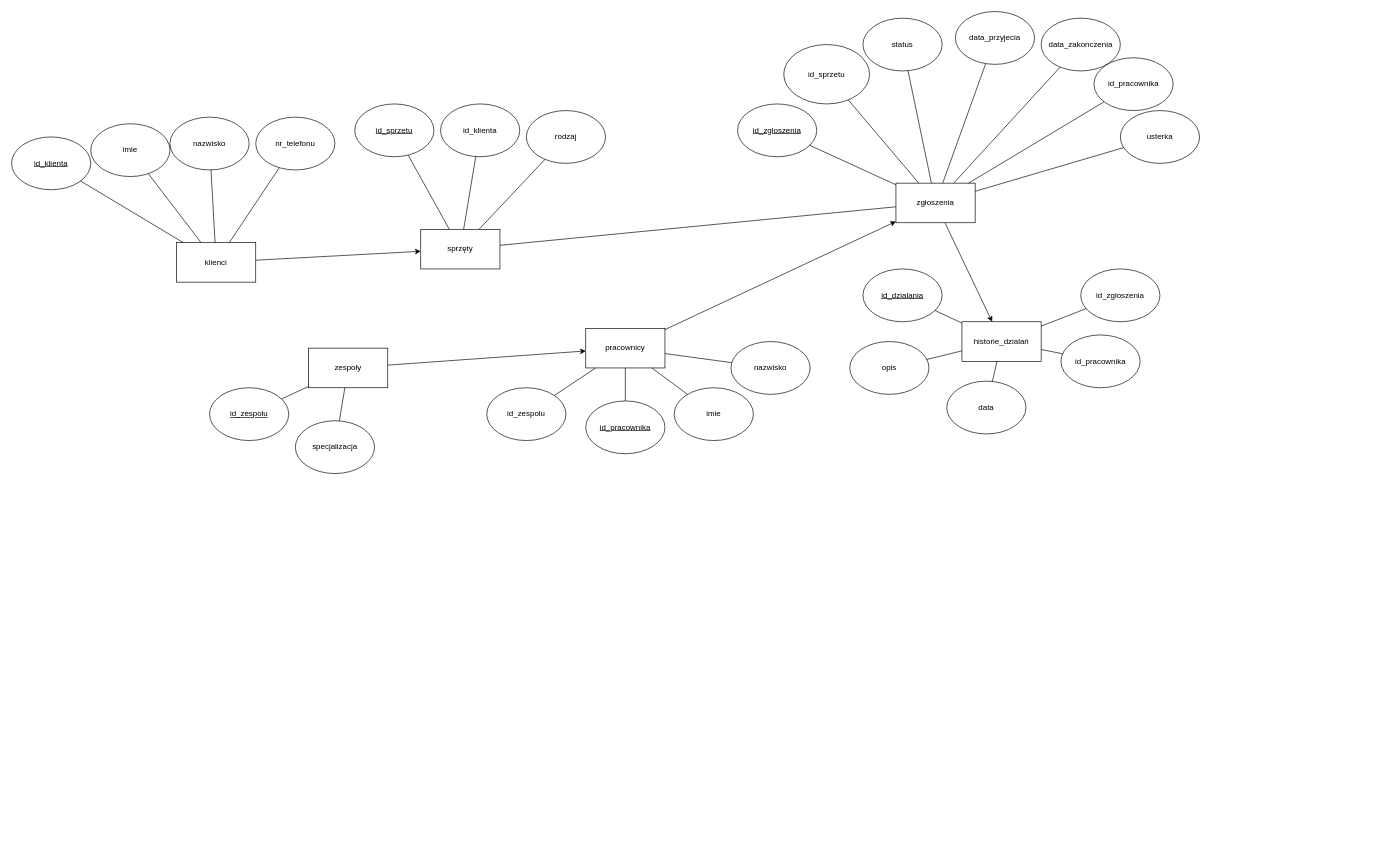
Earlier version of the draw.io diagram BazyDanych.drawio (Rogala53/Bazy-Danych). Source tidied: cells renumbered, new cells numbered last; positions are measured from the earlier drawing's top-left corner, leaving out a move shared by most shapes. Both pictures are drawn from the tidied source at 66%, with x=0, y=0 at pixel (11, 11).
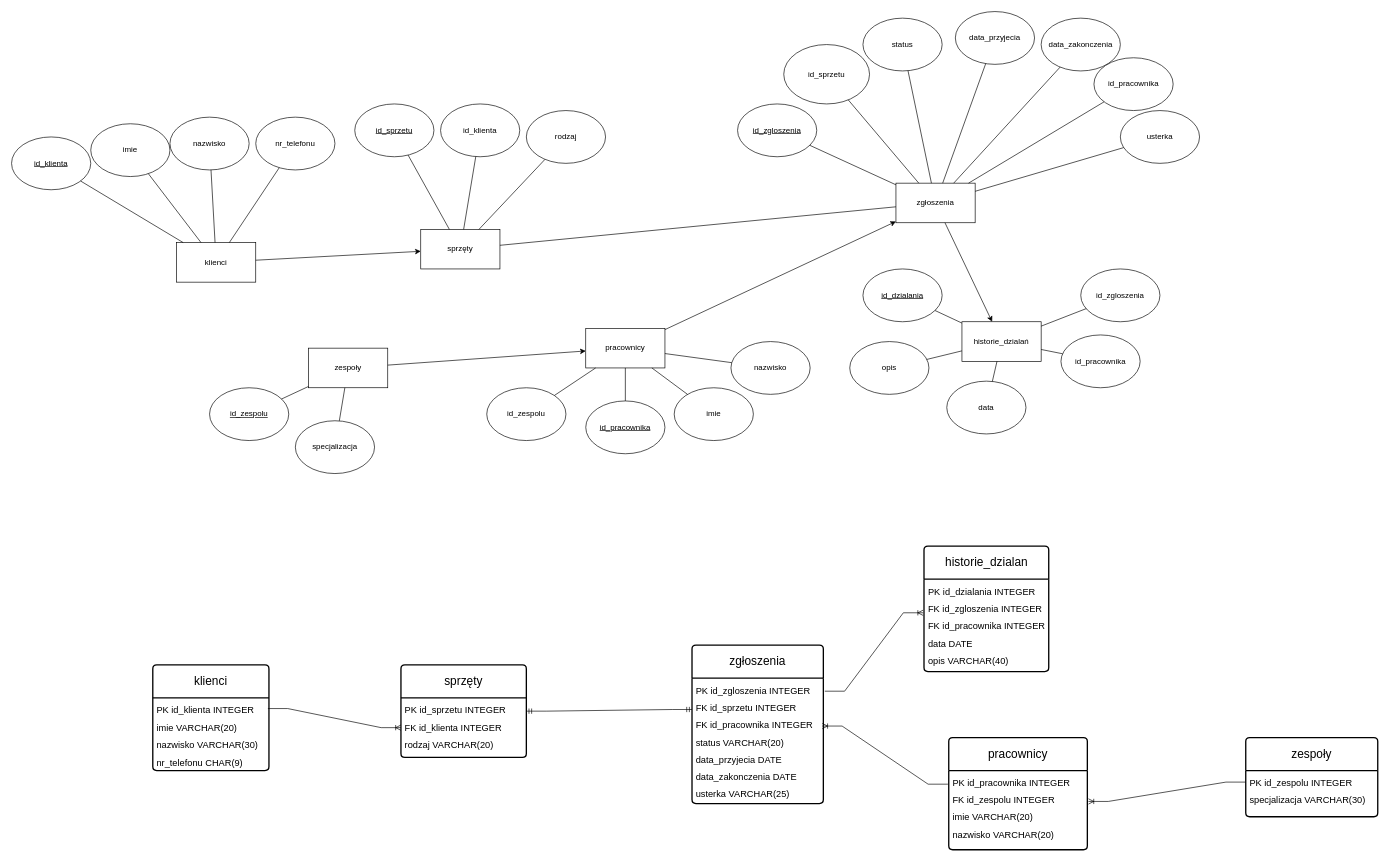
Above is the later version.

Diff of the diagram source:
```diff
@@
+    <mxCell id="63" value="&lt;font style=&quot;font-size: 18px;&quot;&gt;klienci&lt;/font&gt;" style="swimlane;horizontal=1;startSize=50;rounded=1;fontSize=14;fontStyle=0;strokeWidth=2;shadow=0;dashed=0;align=center;arcSize=4;whiteSpace=wrap;html=1;" parent="1" vertex="1">
+      <mxGeometry x="214" y="990" width="176" height="160" as="geometry" />
+    </mxCell>
+    <mxCell id="64" value="&lt;div style=&quot;line-height: 210%;&quot;&gt;&lt;font style=&quot;font-size: 14px;&quot;&gt;PK id_klienta INTEGER&lt;/font&gt;&lt;div&gt;&lt;font style=&quot;font-size: 14px;&quot;&gt;imie VARCHAR(20)&lt;/font&gt;&lt;/div&gt;&lt;div&gt;&lt;font style=&quot;font-size: 14px;&quot;&gt;nazwisko VARCHAR(30)&lt;/font&gt;&lt;/div&gt;&lt;div&gt;&lt;font style=&quot;font-size: 14px;&quot;&gt;nr_telefonu CHAR(9)&lt;/font&gt;&lt;/div&gt;&lt;/div&gt;" style="align=left;strokeColor=none;fillColor=none;spacingLeft=4;spacingRight=4;fontSize=12;verticalAlign=top;html=1;whiteSpace=wrap;" parent="63" vertex="1">
+      <mxGeometry y="50" width="176" height="110" as="geometry" />
+    </mxCell>
+    <mxCell id="65" value="&lt;font style=&quot;font-size: 18px;&quot;&gt;sprzęty&lt;/font&gt;" style="swimlane;horizontal=1;startSize=50;rounded=1;fontSize=14;fontStyle=0;strokeWidth=2;shadow=0;dashed=0;align=center;arcSize=4;whiteSpace=wrap;html=1;" parent="1" vertex="1">
+      <mxGeometry x="590" y="990" width="190" height="140" as="geometry" />
+    </mxCell>
+    <mxCell id="66" value="&lt;div style=&quot;line-height: 210%;&quot;&gt;&lt;font style=&quot;font-size: 14px;&quot;&gt;PK id_sprzetu INTEGER&lt;/font&gt;&lt;div&gt;&lt;font style=&quot;font-size: 14px;&quot;&gt;FK id_klienta INTEGER&lt;/font&gt;&lt;/div&gt;&lt;div&gt;&lt;font style=&quot;font-size: 14px;&quot;&gt;rodzaj VARCHAR(20)&lt;/font&gt;&lt;/div&gt;&lt;/div&gt;" style="align=left;strokeColor=none;fillColor=none;spacingLeft=4;spacingRight=4;fontSize=12;verticalAlign=top;html=1;whiteSpace=wrap;" parent="65" vertex="1">
+      <mxGeometry y="50" width="190" height="90" as="geometry" />
+    </mxCell>
+    <mxCell id="67" style="edgeStyle=entityRelationEdgeStyle;fontSize=12;html=1;endArrow=ERoneToMany;rounded=0;exitX=0.991;exitY=0.146;exitDx=0;exitDy=0;exitPerimeter=0;entryX=0;entryY=0.5;entryDx=0;entryDy=0;" parent="1" edge="1" source="64" target="66">
+      <mxGeometry relative="1" as="geometry" />
+    </mxCell>
+    <mxCell id="68" value="&lt;font style=&quot;font-size: 18px;&quot;&gt;zgłoszenia&lt;/font&gt;" style="swimlane;horizontal=1;startSize=50;rounded=1;fontSize=14;fontStyle=0;strokeWidth=2;shadow=0;dashed=0;align=center;arcSize=4;whiteSpace=wrap;html=1;" parent="1" vertex="1">
+      <mxGeometry x="1031" y="960" width="199" height="240" as="geometry" />
+    </mxCell>
+    <mxCell id="69" value="&lt;div style=&quot;line-height: 210%;&quot;&gt;&lt;font style=&quot;font-size: 14px;&quot;&gt;PK id_zgloszenia INTEGER&lt;/font&gt;&lt;div&gt;&lt;font style=&quot;font-size: 14px;&quot;&gt;FK id_sprzetu INTEGER&lt;/font&gt;&lt;/div&gt;&lt;div&gt;&lt;span style=&quot;background-color: transparent; color: light-dark(rgb(0, 0, 0), rgb(255, 255, 255));&quot;&gt;&lt;font style=&quot;font-size: 14px;&quot;&gt;FK id_pracownika INTEGER&lt;/font&gt;&lt;/span&gt;&lt;/div&gt;&lt;div&gt;&lt;span style=&quot;background-color: transparent; color: light-dark(rgb(0, 0, 0), rgb(255, 255, 255));&quot;&gt;&lt;font style=&quot;font-size: 14px;&quot;&gt;status VARCHAR(20)&lt;/font&gt;&lt;/span&gt;&lt;/div&gt;&lt;div&gt;&lt;font style=&quot;font-size: 14px;&quot;&gt;data_przyjecia DATE&lt;/font&gt;&lt;/div&gt;&lt;div&gt;&lt;font style=&quot;font-size: 14px;&quot;&gt;data_zakonczenia DATE&lt;/font&gt;&lt;/div&gt;&lt;div&gt;&lt;font style=&quot;font-size: 14px;&quot;&gt;usterka VARCHAR(25)&lt;/font&gt;&lt;/div&gt;&lt;div&gt;&lt;/div&gt;&lt;/div&gt;" style="align=left;strokeColor=none;fillColor=none;spacingLeft=4;spacingRight=4;fontSize=12;verticalAlign=top;html=1;whiteSpace=wrap;" parent="68" vertex="1">
+      <mxGeometry y="50" width="199" height="190" as="geometry" />
+    </mxCell>
+    <mxCell id="70" style="edgeStyle=entityRelationEdgeStyle;fontSize=12;html=1;endArrow=ERmandOne;startArrow=ERmandOne;rounded=0;entryX=0;entryY=0.25;entryDx=0;entryDy=0;" parent="1" edge="1" source="65" target="69">
+      <mxGeometry relative="1" as="geometry" />
+    </mxCell>
+    <mxCell id="71" value="&lt;font style=&quot;font-size: 18px;&quot;&gt;historie_dzialan&lt;/font&gt;" style="swimlane;horizontal=1;startSize=50;rounded=1;fontSize=14;fontStyle=0;strokeWidth=2;shadow=0;dashed=0;align=center;arcSize=4;whiteSpace=wrap;html=1;" parent="1" vertex="1">
+      <mxGeometry x="1382.5" y="810" width="189" height="190" as="geometry" />
+    </mxCell>
+    <mxCell id="72" value="&lt;div style=&quot;line-height: 210%;&quot;&gt;&lt;font style=&quot;font-size: 14px;&quot;&gt;PK id_dzialania INTEGER&lt;/font&gt;&lt;div&gt;&lt;font style=&quot;font-size: 14px;&quot;&gt;FK id_zgloszenia INTEGER&lt;/font&gt;&lt;/div&gt;&lt;div&gt;&lt;font style=&quot;font-size: 14px;&quot;&gt;FK id_pracownika INTEGER&lt;/font&gt;&lt;/div&gt;&lt;div&gt;&lt;font style=&quot;font-size: 14px;&quot;&gt;data DATE&lt;/font&gt;&lt;/div&gt;&lt;div&gt;&lt;font style=&quot;font-size: 14px;&quot;&gt;opis VARCHAR(40)&lt;/font&gt;&lt;/div&gt;&lt;/div&gt;" style="align=left;strokeColor=none;fillColor=none;spacingLeft=4;spacingRight=4;fontSize=12;verticalAlign=top;html=1;whiteSpace=wrap;" parent="71" vertex="1">
+      <mxGeometry y="50" width="189" height="140" as="geometry" />
+    </mxCell>
+    <mxCell id="73" value="&lt;font style=&quot;font-size: 18px;&quot;&gt;pracownicy&lt;/font&gt;" style="swimlane;horizontal=1;startSize=50;rounded=1;fontSize=14;fontStyle=0;strokeWidth=2;shadow=0;dashed=0;align=center;arcSize=4;whiteSpace=wrap;html=1;" parent="1" vertex="1">
+      <mxGeometry x="1420" y="1100" width="210" height="170" as="geometry" />
+    </mxCell>
+    <mxCell id="74" value="&lt;div style=&quot;line-height: 210%;&quot;&gt;&lt;font style=&quot;font-size: 14px;&quot;&gt;PK id_pracownika INTEGER&lt;/font&gt;&lt;div&gt;&lt;font style=&quot;font-size: 14px;&quot;&gt;FK id_zespolu INTEGER&lt;/font&gt;&lt;/div&gt;&lt;div&gt;&lt;font style=&quot;font-size: 14px;&quot;&gt;imie VARCHAR(20)&lt;/font&gt;&lt;/div&gt;&lt;div&gt;&lt;font style=&quot;font-size: 14px;&quot;&gt;nazwisko VARCHAR(20)&lt;/font&gt;&lt;/div&gt;&lt;/div&gt;" style="align=left;strokeColor=none;fillColor=none;spacingLeft=4;spacingRight=4;fontSize=12;verticalAlign=top;html=1;whiteSpace=wrap;" parent="73" vertex="1">
+      <mxGeometry y="50" width="210" height="120" as="geometry" />
+    </mxCell>
+    <mxCell id="75" style="edgeStyle=entityRelationEdgeStyle;fontSize=12;html=1;endArrow=ERoneToMany;rounded=0;exitX=1.011;exitY=0.104;exitDx=0;exitDy=0;exitPerimeter=0;entryX=-0.007;entryY=0.364;entryDx=0;entryDy=0;entryPerimeter=0;" parent="1" edge="1" source="69" target="72">
+      <mxGeometry relative="1" as="geometry" />
+    </mxCell>
+    <mxCell id="76" style="edgeStyle=entityRelationEdgeStyle;fontSize=12;html=1;endArrow=ERoneToMany;rounded=0;entryX=0.992;entryY=0.382;entryDx=0;entryDy=0;entryPerimeter=0;exitX=-0.006;exitY=0.172;exitDx=0;exitDy=0;exitPerimeter=0;" parent="1" edge="1" source="74" target="69">
+      <mxGeometry relative="1" as="geometry" />
+    </mxCell>
+    <mxCell id="77" value="&lt;font style=&quot;font-size: 18px;&quot;&gt;zespoły&lt;/font&gt;" style="swimlane;horizontal=1;startSize=50;rounded=1;fontSize=14;fontStyle=0;strokeWidth=2;shadow=0;dashed=0;align=center;arcSize=4;whiteSpace=wrap;html=1;" parent="1" vertex="1">
+      <mxGeometry x="1870" y="1100" width="200" height="120" as="geometry" />
+    </mxCell>
+    <mxCell id="78" value="&lt;div style=&quot;line-height: 210%;&quot;&gt;&lt;font style=&quot;font-size: 14px;&quot;&gt;PK id_zespolu INTEGER&lt;/font&gt;&lt;div&gt;&lt;font style=&quot;font-size: 14px;&quot;&gt;specjalizacja VARCHAR(30)&lt;/font&gt;&lt;/div&gt;&lt;/div&gt;" style="align=left;strokeColor=none;fillColor=none;spacingLeft=4;spacingRight=4;fontSize=12;verticalAlign=top;html=1;whiteSpace=wrap;" parent="77" vertex="1">
+      <mxGeometry y="50" width="200" height="70" as="geometry" />
+    </mxCell>
+    <mxCell id="79" style="edgeStyle=entityRelationEdgeStyle;fontSize=12;html=1;endArrow=ERoneToMany;rounded=0;exitX=0;exitY=0.25;exitDx=0;exitDy=0;entryX=1.008;entryY=0.39;entryDx=0;entryDy=0;entryPerimeter=0;" parent="1" edge="1" source="78" target="74">
+      <mxGeometry relative="1" as="geometry" />
+    </mxCell>
```
